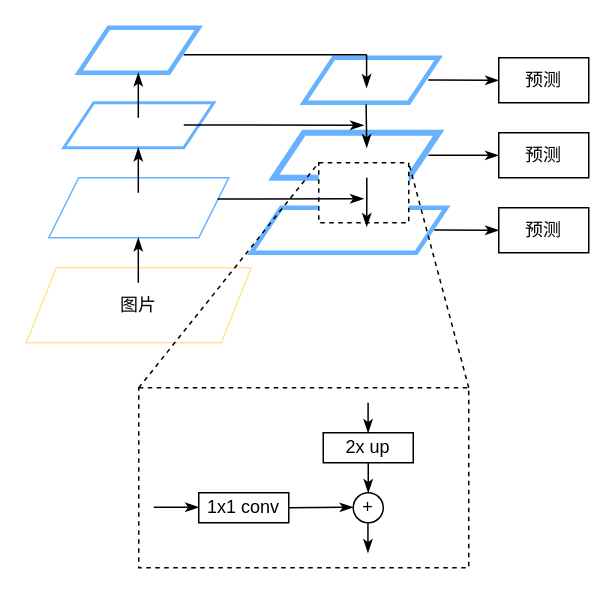
ssl1995/draw keeps this draw.io diagram as page "图1.5 特征金字塔网络" (5 of 6) of 论文/第1章/第一章.drawio. Above is the earlier version. Source tidied: cells renumbered, new cells numbered last; positions are measured from the earlier drawing's top-left corner, leaving out a move shared by most shapes. Both pictures are drawn from the tidied source at 150%, with x=0, y=0 at pixel (26, 27).
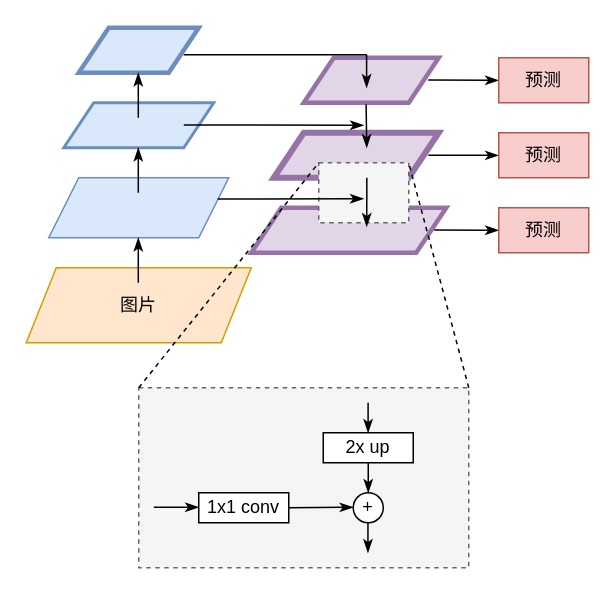
Above is the later version.

What changed in the source:
```diff
@@
-    <mxCell id="2" style="shape=parallelogram;perimeter=parallelogramPerimeter;whiteSpace=wrap;html=1;fixedSize=1;strokeColor=#66B2FF;align=center;verticalAlign=middle;fontFamily=Helvetica;fontSize=12;fontColor=default;fillColor=default;strokeWidth=4;shadow=0;" parent="1" vertex="1">
+    <mxCell id="2" style="shape=parallelogram;perimeter=parallelogramPerimeter;whiteSpace=wrap;html=1;fixedSize=1;strokeColor=#9673a6;align=center;verticalAlign=middle;fontFamily=Helvetica;fontSize=12;fillColor=#e1d5e7;strokeWidth=4;shadow=0;" parent="1" vertex="1">
       <mxGeometry x="165" y="70" width="110" height="30" as="geometry" />
     </mxCell>
-    <mxCell id="3" style="shape=parallelogram;perimeter=parallelogramPerimeter;whiteSpace=wrap;html=1;fixedSize=1;strokeColor=#66B2FF;align=center;verticalAlign=middle;fontFamily=Helvetica;fontSize=12;fontColor=default;fillColor=default;strokeWidth=3;" parent="1" vertex="1">
+    <mxCell id="3" style="shape=parallelogram;perimeter=parallelogramPerimeter;whiteSpace=wrap;html=1;fixedSize=1;strokeColor=#9673a6;align=center;verticalAlign=middle;fontFamily=Helvetica;fontSize=12;fillColor=#e1d5e7;strokeWidth=3;" parent="1" vertex="1">
       <mxGeometry x="150" y="120" width="130" height="30" as="geometry" />
     </mxCell>
-    <mxCell id="4" style="rounded=0;whiteSpace=wrap;html=1;dashed=1;" parent="1" vertex="1">
+    <mxCell id="4" style="rounded=0;whiteSpace=wrap;html=1;dashed=1;fillColor=#f5f5f5;fontColor=#333333;strokeColor=#666666;" parent="1" vertex="1">
       <mxGeometry x="195" y="90" width="60" height="40" as="geometry" />
     </mxCell>
-    <mxCell id="5" style="rounded=0;whiteSpace=wrap;html=1;dashed=1;" parent="1" vertex="1">
+    <mxCell id="5" style="rounded=0;whiteSpace=wrap;html=1;dashed=1;fillColor=#f5f5f5;fontColor=#333333;strokeColor=#666666;" parent="1" vertex="1">
       <mxGeometry x="75" y="240" width="220" height="120" as="geometry" />
     </mxCell>
-    <mxCell id="6" style="shape=parallelogram;perimeter=parallelogramPerimeter;whiteSpace=wrap;html=1;fixedSize=1;strokeColor=#66B2FF;align=center;verticalAlign=middle;fontFamily=Helvetica;fontSize=12;fontColor=default;fillColor=default;strokeWidth=3;" parent="1" vertex="1">
+    <mxCell id="6" style="shape=parallelogram;perimeter=parallelogramPerimeter;whiteSpace=wrap;html=1;fixedSize=1;strokeColor=#6c8ebf;align=center;verticalAlign=middle;fontFamily=Helvetica;fontSize=12;fillColor=#dae8fc;strokeWidth=3;" parent="1" vertex="1">
       <mxGeometry x="35" width="80" height="30" as="geometry" />
     </mxCell>
-    <mxCell id="7" style="shape=parallelogram;perimeter=parallelogramPerimeter;whiteSpace=wrap;html=1;fixedSize=1;strokeColor=#66B2FF;align=center;verticalAlign=middle;fontFamily=Helvetica;fontSize=12;fontColor=default;fillColor=default;strokeWidth=2;" parent="1" vertex="1">
+    <mxCell id="7" style="shape=parallelogram;perimeter=parallelogramPerimeter;whiteSpace=wrap;html=1;fixedSize=1;strokeColor=#6c8ebf;align=center;verticalAlign=middle;fontFamily=Helvetica;fontSize=12;fillColor=#dae8fc;strokeWidth=2;" parent="1" vertex="1">
       <mxGeometry x="25" y="50" width="100" height="30" as="geometry" />
     </mxCell>
-    <mxCell id="8" style="shape=parallelogram;perimeter=parallelogramPerimeter;whiteSpace=wrap;html=1;fixedSize=1;strokeColor=#66B2FF;align=center;verticalAlign=middle;fontFamily=Helvetica;fontSize=12;fontColor=default;fillColor=default;" parent="1" vertex="1">
+    <mxCell id="8" style="shape=parallelogram;perimeter=parallelogramPerimeter;whiteSpace=wrap;html=1;fixedSize=1;strokeColor=#6c8ebf;align=center;verticalAlign=middle;fontFamily=Helvetica;fontSize=12;fillColor=#dae8fc;" parent="1" vertex="1">
       <mxGeometry x="15" y="100" width="120" height="40" as="geometry" />
     </mxCell>
-    <mxCell id="9" value="图片" style="shape=parallelogram;perimeter=parallelogramPerimeter;whiteSpace=wrap;html=1;fixedSize=1;strokeColor=#FFE599;align=center;verticalAlign=middle;fontFamily=Helvetica;fontSize=12;fontColor=default;fillColor=default;" parent="1" vertex="1">
+    <mxCell id="9" value="图片" style="shape=parallelogram;perimeter=parallelogramPerimeter;whiteSpace=wrap;html=1;fixedSize=1;strokeColor=#d79b00;align=center;verticalAlign=middle;fontFamily=Helvetica;fontSize=12;fillColor=#ffe6cc;" parent="1" vertex="1">
       <mxGeometry y="160" width="150" height="50" as="geometry" />
     </mxCell>
-    <mxCell id="10" style="shape=parallelogram;perimeter=parallelogramPerimeter;whiteSpace=wrap;html=1;fixedSize=1;strokeColor=#66B2FF;align=center;verticalAlign=middle;fontFamily=Helvetica;fontSize=12;fontColor=default;fillColor=default;strokeWidth=3;" parent="1" vertex="1">
+    <mxCell id="10" style="shape=parallelogram;perimeter=parallelogramPerimeter;whiteSpace=wrap;html=1;fixedSize=1;strokeColor=#9673a6;align=center;verticalAlign=middle;fontFamily=Helvetica;fontSize=12;fillColor=#e1d5e7;strokeWidth=3;" parent="1" vertex="1">
       <mxGeometry x="185" y="20" width="90" height="30" as="geometry" />
     </mxCell>
@@
-    <mxCell id="21" value="预测" style="rounded=0;whiteSpace=wrap;html=1;" parent="1" vertex="1">
+    <mxCell id="21" value="预测" style="rounded=0;whiteSpace=wrap;html=1;fillColor=#f8cecc;strokeColor=#b85450;" parent="1" vertex="1">
       <mxGeometry x="315" y="20" width="60" height="30" as="geometry" />
     </mxCell>
@@
-    <mxCell id="23" value="预测" style="rounded=0;whiteSpace=wrap;html=1;" parent="1" vertex="1">
+    <mxCell id="23" value="预测" style="rounded=0;whiteSpace=wrap;html=1;fillColor=#f8cecc;strokeColor=#b85450;" parent="1" vertex="1">
       <mxGeometry x="315" y="70" width="60" height="30" as="geometry" />
     </mxCell>
@@
-    <mxCell id="25" value="预测" style="rounded=0;whiteSpace=wrap;html=1;" parent="1" vertex="1">
+    <mxCell id="25" value="预测" style="rounded=0;whiteSpace=wrap;html=1;fillColor=#f8cecc;strokeColor=#b85450;" parent="1" vertex="1">
       <mxGeometry x="315" y="120" width="60" height="30" as="geometry" />
     </mxCell>
```
